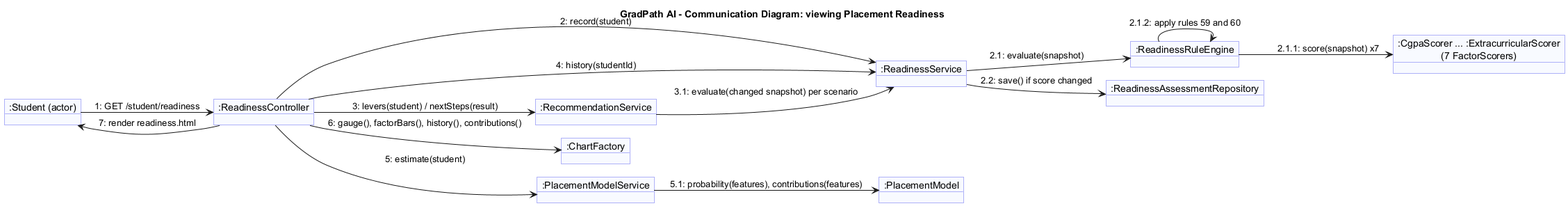
Above: report/uml-png/07_communication.png in HamnaAliKhan/grad-path-ai (PlantUML), before the change. The source it was exported from:
```plantuml
@startuml 07_communication
!pragma layout smetana
title GradPath AI - Communication Diagram: viewing Placement Readiness
skinparam object {
  BackgroundColor #F8FAFF
  BorderColor #6366F1
}
left to right direction

object ":Student (actor)" as S
object ":ReadinessController" as C
object ":ReadinessService" as RS
object ":ReadinessRuleEngine" as E
object ":CgpaScorer ... :ExtracurricularScorer\n(7 FactorScorers)" as F
object ":ReadinessAssessmentRepository" as H
object ":RecommendationService" as REC
object ":ChartFactory" as CF
object ":PlacementModelService" as PMS
object ":PlacementModel" as PM

S --> C : "1: GET /student/readiness"
C --> RS : "2: record(student)"
RS --> E : "2.1: evaluate(snapshot)"
E --> F : "2.1.1: score(snapshot) x7"
E --> E : "2.1.2: apply rules 59 and 60"
RS --> H : "2.2: save() if score changed"
C --> REC : "3: levers(student) / nextSteps(result)"
REC --> RS : "3.1: evaluate(changed snapshot) per scenario"
C --> RS : "4: history(studentId)"
C --> PMS : "5: estimate(student)"
PMS --> PM : "5.1: probability(features), contributions(features)"
C --> CF : "6: gauge(), factorBars(), history(), contributions()"
C --> S : "7: render readiness.html"
@enduml
```
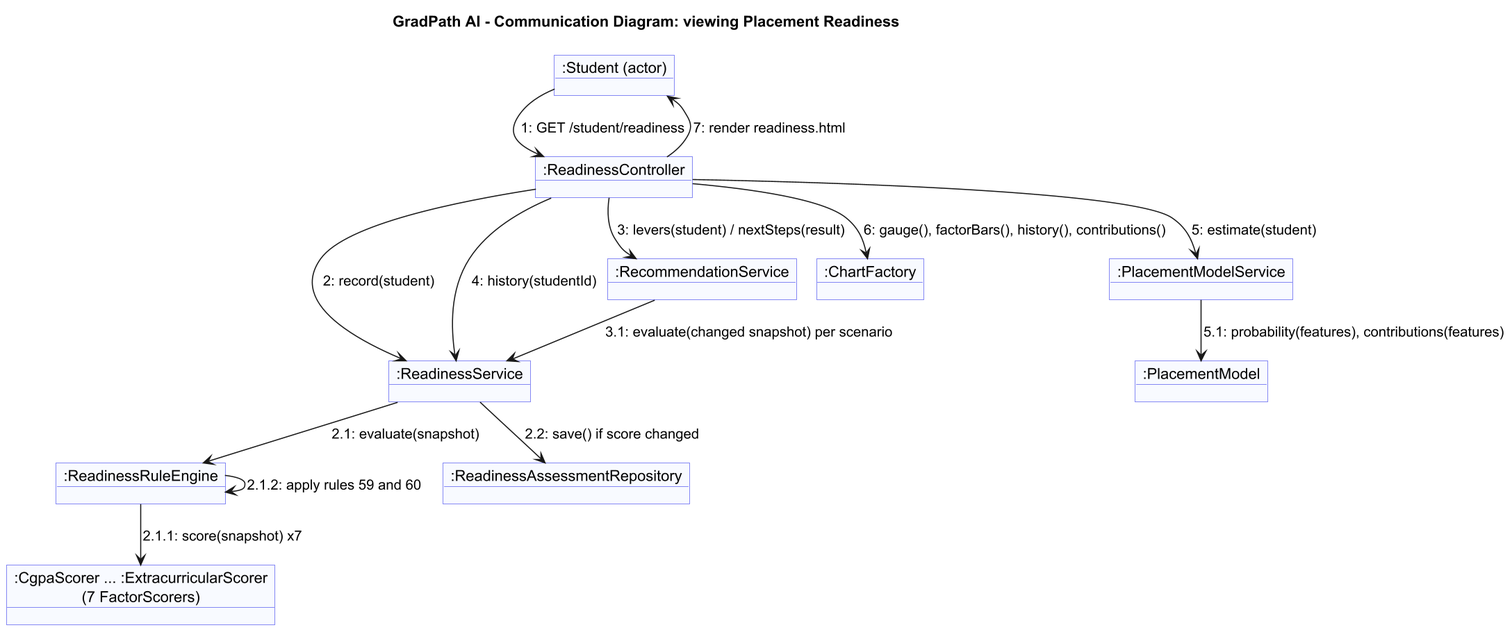
The same diagram one commit later.

The edit, as a diff of the source:
```diff
@@ -1,11 +1,12 @@
 @startuml 07_communication
+skinparamlocked dpi 150
 !pragma layout smetana
 title GradPath AI - Communication Diagram: viewing Placement Readiness
 skinparam object {
   BackgroundColor #F8FAFF
   BorderColor #6366F1
 }
-left to right direction
+
 
 object ":Student (actor)" as S
 object ":ReadinessController" as C
```
